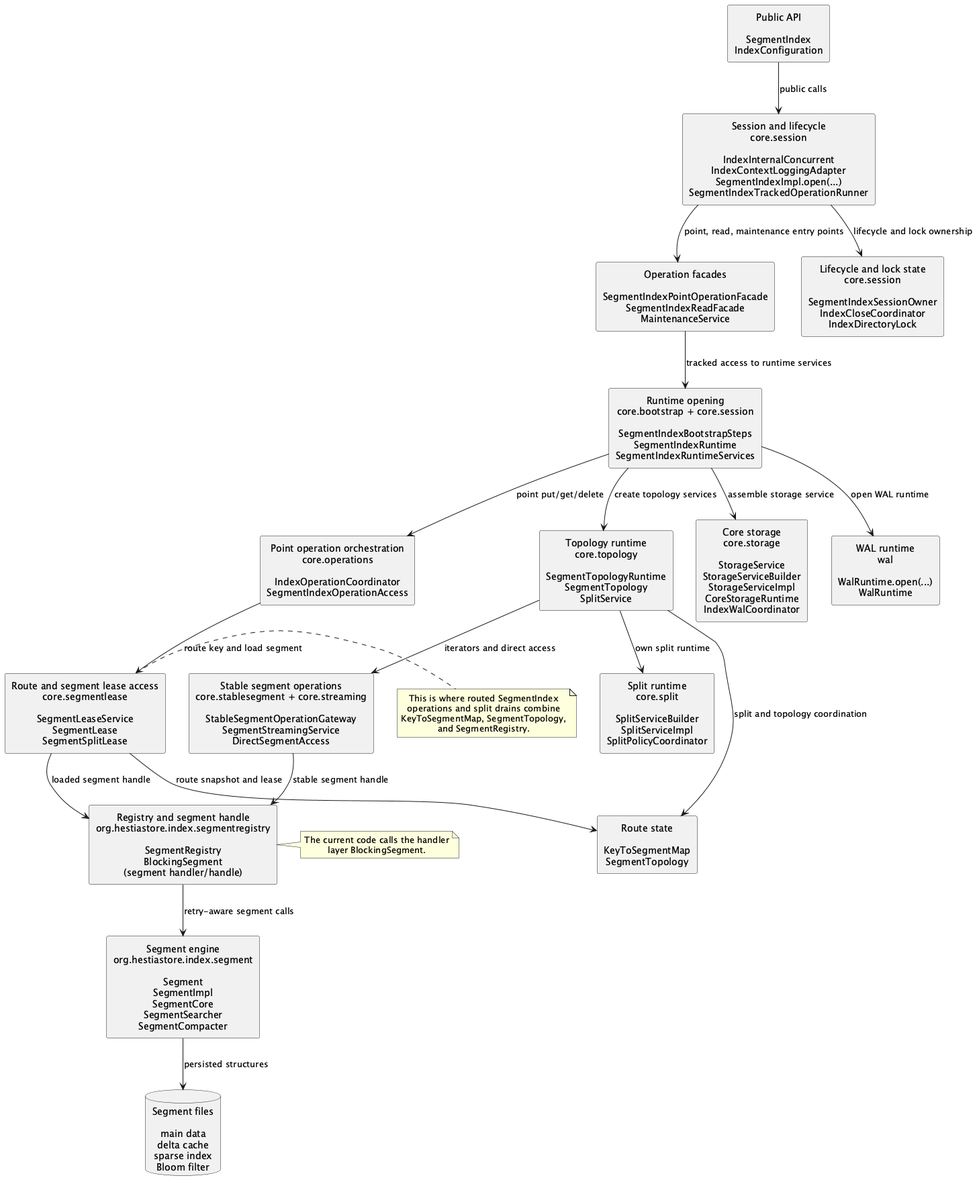
The PlantUML diagram docs/architecture/segmentindex/images/implementation-layers.png in jajir/HestiaStore, before a commit.
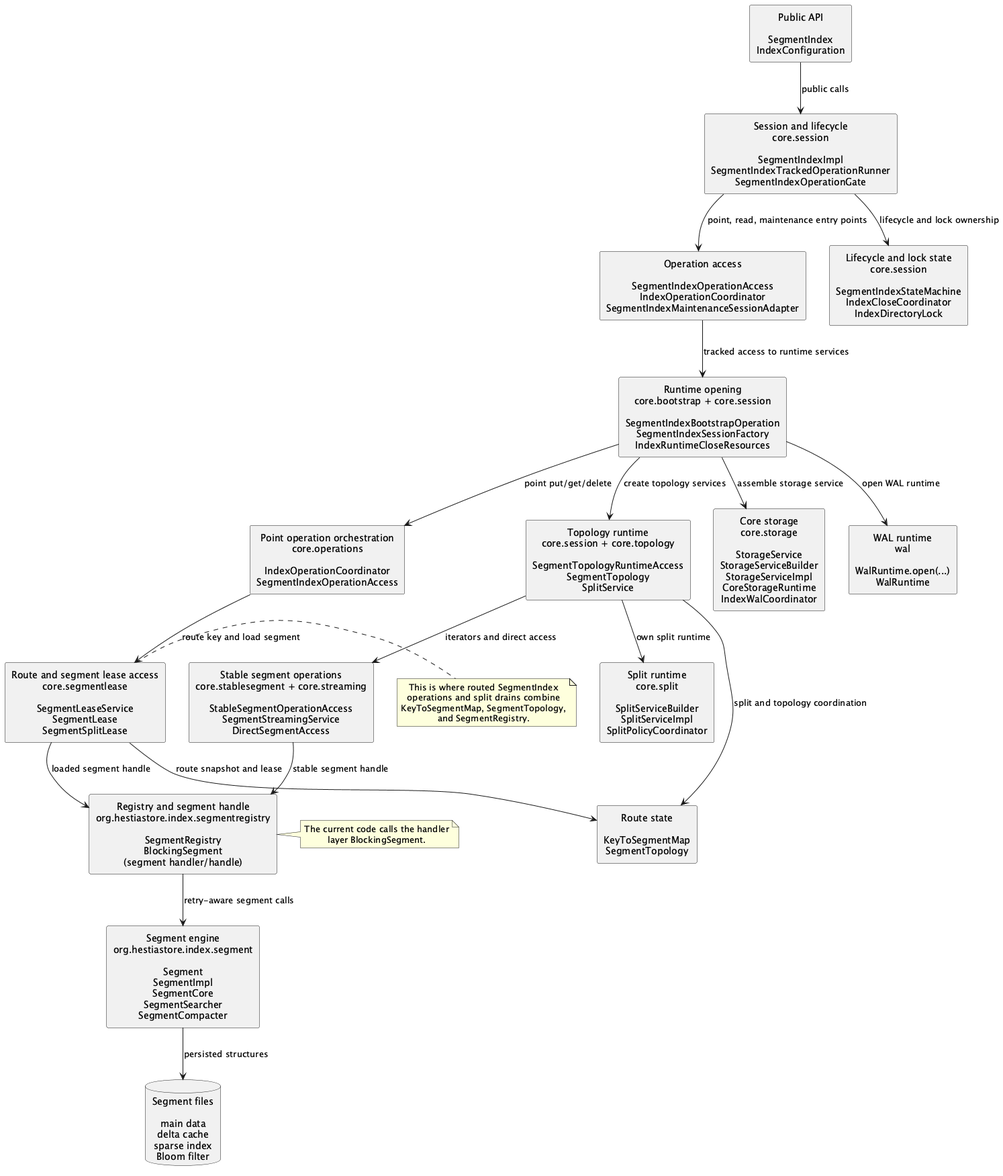
After the change.

What changed in the source:
```diff
@@ -6,15 +6,15 @@
 
 component "Public API\n\nSegmentIndex\nIndexConfiguration" as API
 
-component "Session and lifecycle\ncore.session\n\nIndexInternalConcurrent\nIndexContextLoggingAdapter\nSegmentIndexImpl.open(...)\nSegmentIndexTrackedOperationRunner" as SESSION
+component "Session and lifecycle\ncore.session\n\nSegmentIndexImpl\nSegmentIndexTrackedOperationRunner\nSegmentIndexOperationGate" as SESSION
 
-component "Lifecycle and lock state\ncore.session\n\nSegmentIndexSessionOwner\nIndexCloseCoordinator\nIndexDirectoryLock" as SESSION_STATE
+component "Lifecycle and lock state\ncore.session\n\nSegmentIndexStateMachine\nIndexCloseCoordinator\nIndexDirectoryLock" as SESSION_STATE
 
-component "Operation facades\n\nSegmentIndexPointOperationFacade\nSegmentIndexReadFacade\nMaintenanceService" as FACADES
+component "Operation access\n\nSegmentIndexOperationAccess\nIndexOperationCoordinator\nSegmentIndexMaintenanceSessionAdapter" as FACADES
 
-component "Runtime opening\ncore.bootstrap + core.session\n\nSegmentIndexBootstrapSteps\nSegmentIndexRuntime\nSegmentIndexRuntimeServices" as RUNTIME
+component "Runtime opening\ncore.bootstrap + core.session\n\nSegmentIndexBootstrapOperation\nSegmentIndexSessionFactory\nIndexRuntimeCloseResources" as RUNTIME
 
-component "Topology runtime\ncore.topology\n\nSegmentTopologyRuntime\nSegmentTopology\nSplitService" as TOPOLOGY_RUNTIME
+component "Topology runtime\ncore.session + core.topology\n\nSegmentTopologyRuntimeAccess\nSegmentTopology\nSplitService" as TOPOLOGY_RUNTIME
 
 component "Core storage\ncore.storage\n\nStorageService\nStorageServiceBuilder\nStorageServiceImpl\nCoreStorageRuntime\nIndexWalCoordinator" as CORE_STORAGE
 
@@ -26,7 +26,7 @@
 
 component "Route and segment lease access\ncore.segmentlease\n\nSegmentLeaseService\nSegmentLease\nSegmentSplitLease" as ACCESS
 
-component "Stable segment operations\ncore.stablesegment + core.streaming\n\nStableSegmentOperationGateway\nSegmentStreamingService\nDirectSegmentAccess" as STABLE_ACCESS
+component "Stable segment operations\ncore.stablesegment + core.streaming\n\nStableSegmentOperationAccess\nSegmentStreamingService\nDirectSegmentAccess" as STABLE_ACCESS
 
 component "Route state\n\nKeyToSegmentMap\nSegmentTopology" as ROUTE
 
```
